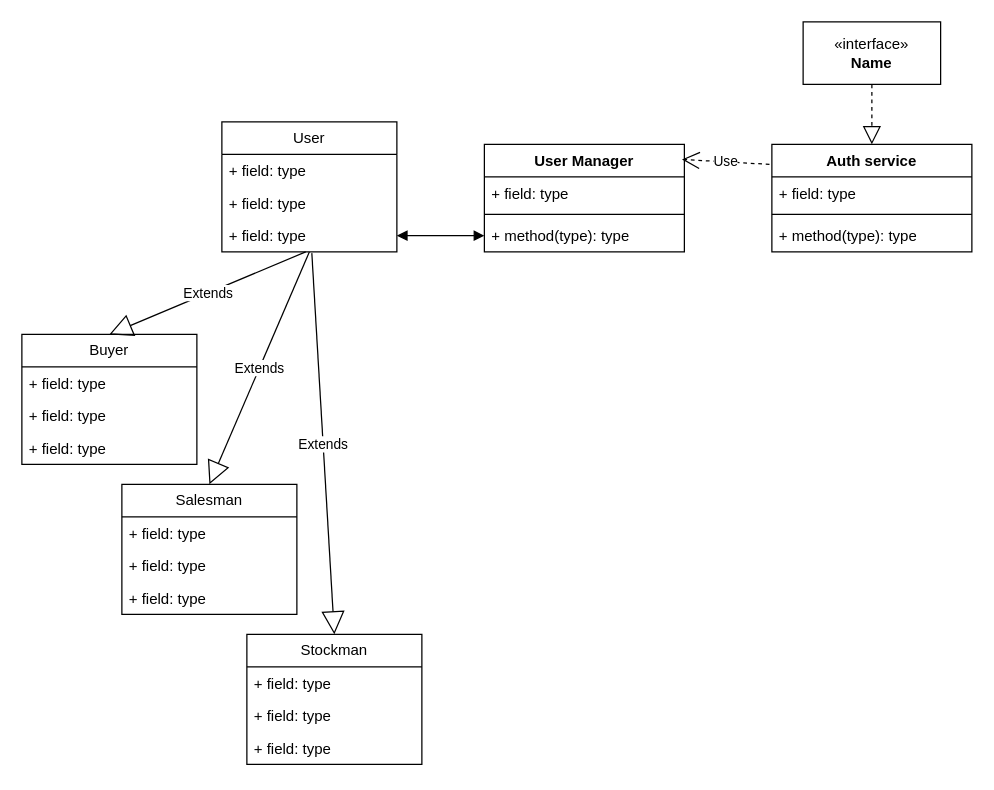
This is UML_class1 (1) (1).drawio from SayanaDanzanova/uml, a draw.io file, before an edit. Source tidied: cells renumbered, new cells numbered last; positions are measured from the earlier drawing's top-left corner, leaving out a move shared by most shapes. Both pictures are drawn from the tidied source at 125%, with x=0, y=0 at pixel (21, 21).
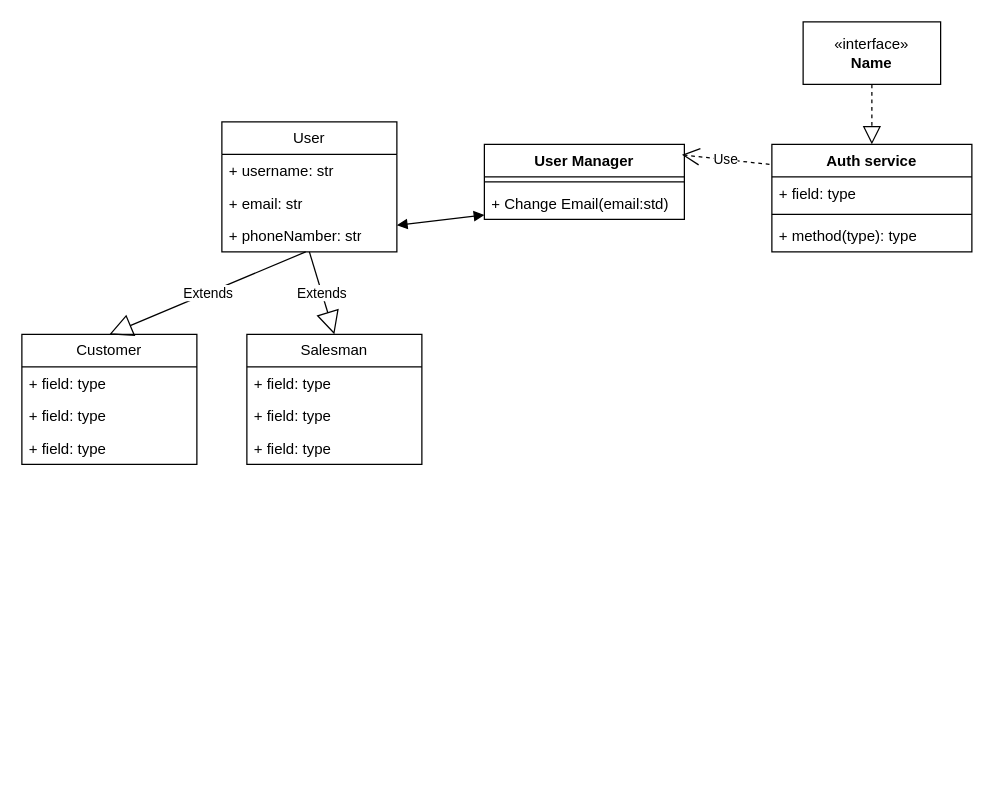
The same page after the edit.

The change refers to these unchanged cells:
```xml
<mxCell id="2" value="User" style="swimlane;fontStyle=0;horizontal=1;startSize=26;fillColor=none;whiteSpace=wrap;html=1;" parent="1" vertex="1">
  <mxGeometry x="160" y="80" width="140" height="104" as="geometry" />
</mxCell>
```

What changed in the source:
```diff
@@
-    <mxCell id="3" value="+ field: type" style="text;strokeColor=none;fillColor=none;align=left;verticalAlign=top;spacingLeft=4;spacingRight=4;overflow=hidden;whiteSpace=wrap;html=1;" parent="2" vertex="1">
+    <mxCell id="3" value="+ username: str" style="text;strokeColor=none;fillColor=none;align=left;verticalAlign=top;spacingLeft=4;spacingRight=4;overflow=hidden;whiteSpace=wrap;html=1;" parent="2" vertex="1">
       <mxGeometry y="26" width="140" height="26" as="geometry" />
     </mxCell>
-    <mxCell id="4" value="+ field: type" style="text;strokeColor=none;fillColor=none;align=left;verticalAlign=top;spacingLeft=4;spacingRight=4;overflow=hidden;whiteSpace=wrap;html=1;" parent="2" vertex="1">
+    <mxCell id="4" value="+ email: str" style="text;strokeColor=none;fillColor=none;align=left;verticalAlign=top;spacingLeft=4;spacingRight=4;overflow=hidden;whiteSpace=wrap;html=1;" parent="2" vertex="1">
       <mxGeometry y="52" width="140" height="26" as="geometry" />
     </mxCell>
-    <mxCell id="5" value="+ field: type" style="text;strokeColor=none;fillColor=none;align=left;verticalAlign=top;spacingLeft=4;spacingRight=4;overflow=hidden;points=[[0,0.5],[1,0.5]];portConstraint=eastwest;whiteSpace=wrap;html=1;" parent="2" vertex="1">
+    <mxCell id="5" value="+ phoneNamber: str" style="text;strokeColor=none;fillColor=none;align=left;verticalAlign=top;spacingLeft=4;spacingRight=4;overflow=hidden;points=[[0,0.5],[1,0.5]];portConstraint=eastwest;whiteSpace=wrap;html=1;" parent="2" vertex="1">
       <mxGeometry y="78" width="140" height="26" as="geometry" />
     </mxCell>
-    <mxCell id="6" value="Buyer" style="swimlane;fontStyle=0;horizontal=1;startSize=26;fillColor=none;whiteSpace=wrap;html=1;" parent="1" vertex="1">
+    <mxCell id="6" value="Customer" style="swimlane;fontStyle=0;horizontal=1;startSize=26;fillColor=none;whiteSpace=wrap;html=1;" parent="1" vertex="1">
       <mxGeometry y="250" width="140" height="104" as="geometry" />
     </mxCell>
@@
-    <mxCell id="10" value="Stockman" style="swimlane;fontStyle=0;horizontal=1;startSize=26;fillColor=none;whiteSpace=wrap;html=1;" parent="1" vertex="1">
-      <mxGeometry x="180" y="490" width="140" height="104" as="geometry" />
-    </mxCell>
-    <mxCell id="11" value="+ field: type" style="text;strokeColor=none;fillColor=none;align=left;verticalAlign=top;spacingLeft=4;spacingRight=4;overflow=hidden;whiteSpace=wrap;html=1;" parent="10" vertex="1">
-      <mxGeometry y="26" width="140" height="26" as="geometry" />
-    </mxCell>
-    <mxCell id="12" value="+ field: type" style="text;strokeColor=none;fillColor=none;align=left;verticalAlign=top;spacingLeft=4;spacingRight=4;overflow=hidden;whiteSpace=wrap;html=1;" parent="10" vertex="1">
-      <mxGeometry y="52" width="140" height="26" as="geometry" />
-    </mxCell>
-    <mxCell id="13" value="+ field: type" style="text;strokeColor=none;fillColor=none;align=left;verticalAlign=top;spacingLeft=4;spacingRight=4;overflow=hidden;whiteSpace=wrap;html=1;" parent="10" vertex="1">
-      <mxGeometry y="78" width="140" height="26" as="geometry" />
-    </mxCell>
     <mxCell id="14" value="Salesman" style="swimlane;fontStyle=0;horizontal=1;startSize=26;fillColor=none;whiteSpace=wrap;html=1;" parent="1" vertex="1">
-      <mxGeometry x="80" y="370" width="140" height="104" as="geometry" />
+      <mxGeometry x="180" y="250" width="140" height="104" as="geometry" />
     </mxCell>
@@
     <mxCell id="22" value="User Manager" style="swimlane;fontStyle=1;align=center;verticalAlign=top;horizontal=1;startSize=26;whiteSpace=wrap;html=1;" parent="1" vertex="1">
-      <mxGeometry x="370" y="98" width="160" height="86" as="geometry" />
+      <mxGeometry x="370" y="98" width="160" height="60" as="geometry" />
     </mxCell>
-    <mxCell id="23" value="+ field: type" style="text;strokeColor=none;fillColor=none;align=left;verticalAlign=top;spacingLeft=4;spacingRight=4;overflow=hidden;whiteSpace=wrap;html=1;" parent="22" vertex="1">
-      <mxGeometry y="26" width="160" height="26" as="geometry" />
-    </mxCell>
     <mxCell id="24" style="line;strokeWidth=1;fillColor=none;align=left;verticalAlign=middle;spacingTop=-1;spacingLeft=3;spacingRight=3;labelPosition=right;strokeColor=inherit;" parent="22" vertex="1">
-      <mxGeometry y="52" width="160" height="8" as="geometry" />
+      <mxGeometry y="26" width="160" height="8" as="geometry" />
     </mxCell>
-    <mxCell id="25" value="+ method(type): type" style="text;strokeColor=none;fillColor=none;align=left;verticalAlign=top;spacingLeft=4;spacingRight=4;overflow=hidden;points=[[0,0.5],[1,0.5]];portConstraint=eastwest;whiteSpace=wrap;html=1;" parent="22" vertex="1">
-      <mxGeometry y="60" width="160" height="26" as="geometry" />
+    <mxCell id="25" value="+ Change Email(email:std)" style="text;strokeColor=none;fillColor=none;align=left;verticalAlign=top;spacingLeft=4;spacingRight=4;overflow=hidden;points=[[0,0.5],[1,0.5]];portConstraint=eastwest;whiteSpace=wrap;html=1;" parent="22" vertex="1">
+      <mxGeometry y="34" width="160" height="26" as="geometry" />
     </mxCell>
@@
-    <mxCell id="27" value="Extends" style="endArrow=block;endSize=16;endFill=0;html=1;rounded=0;exitX=0.514;exitY=1.038;exitDx=0;exitDy=0;exitPerimeter=0;entryX=0.5;entryY=0;entryDx=0;entryDy=0;" parent="1" edge="1" source="5" target="10">
-      <mxGeometry relative="1" as="geometry" />
-    </mxCell>
```
